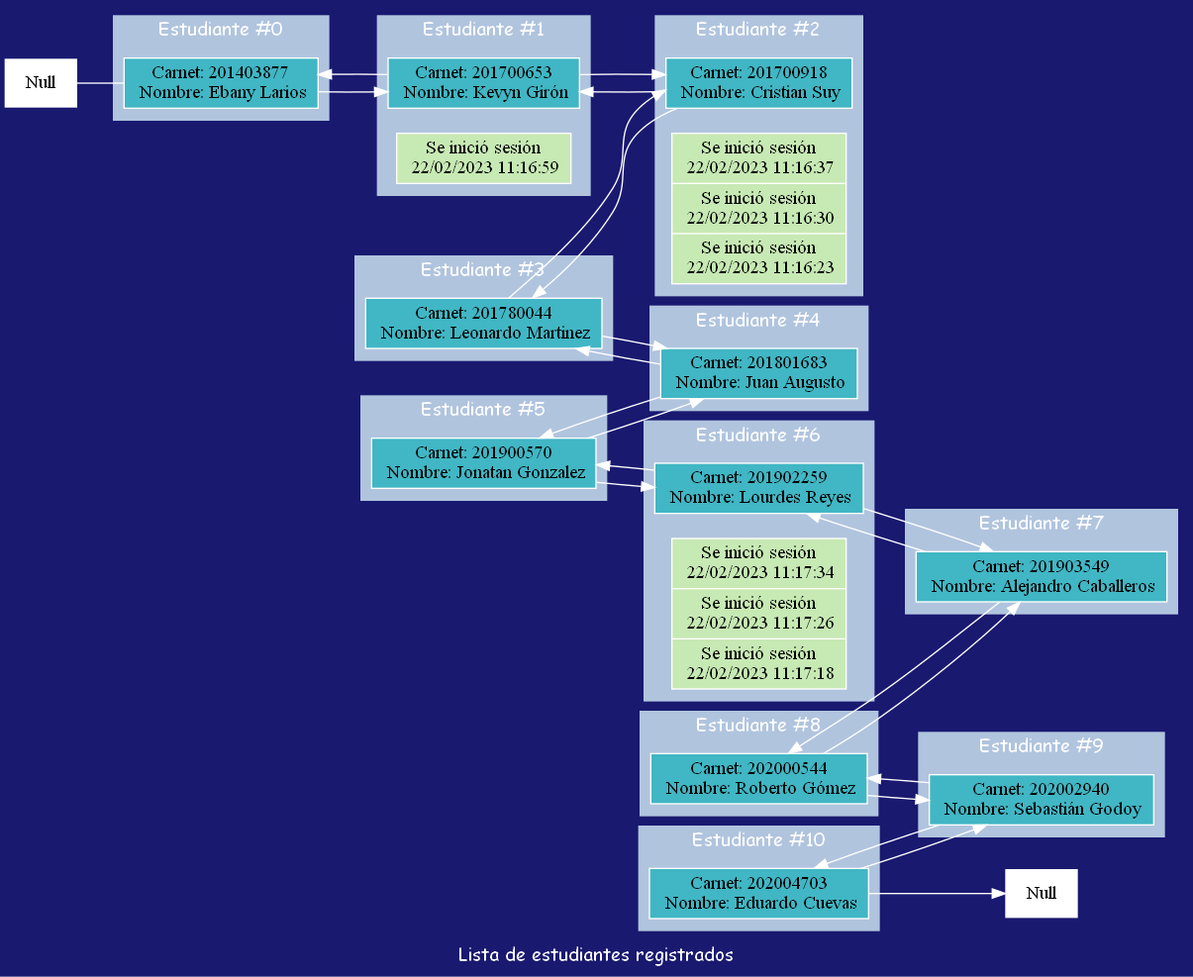
Earlier version of the Graphviz export EDD_Proyecto1_Fase1/reportes/reportes_inicio_sesion/reporte_sesion_estudiantes.png (Damaris-Muralles/EDD_GoDrive). Its source is kept beside it as EDD_Proyecto1_Fase1/reportes/reportes_inicio_sesion/reporte_sesion_estudiantes.dot.
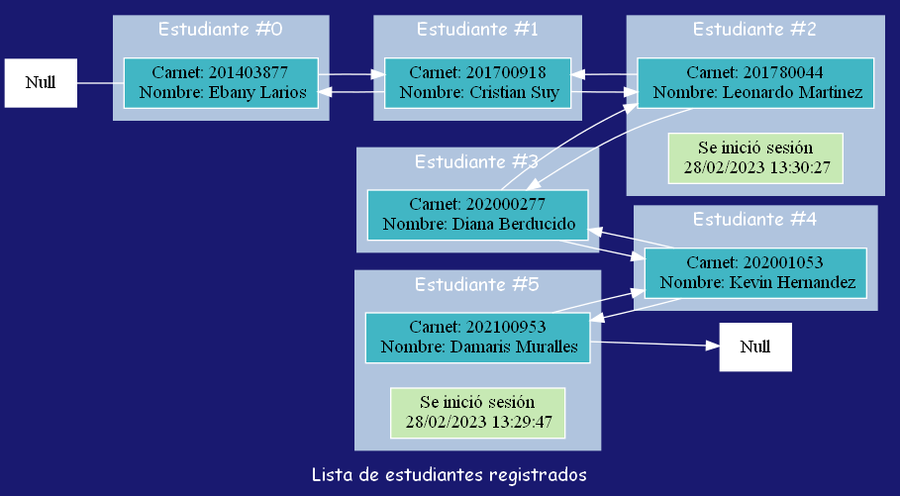
The same file after the commit.

The edit, as a diff of the source:
```diff
@@ -20,71 +20,36 @@
         style=filled;
 		color="lightsteelblue";
 		label = "Estudiante #1";
-        n1 [label="Carnet: 201700653&#92;n Nombre: Kevyn Girón", fillcolor=5];
-	    struct1 [fillcolor=3, label="Se iniciÃ³ sesiÃ³n&#92;n 22/02/2023 11:16:59"];
+        n1 [label="Carnet: 201700918&#92;n Nombre: Cristian Suy", fillcolor=5];
+
 	}
 	subgraph cluster_2 {
         style=filled;
 		color="lightsteelblue";
 		label = "Estudiante #2";
-        n2 [label="Carnet: 201700918&#92;n Nombre: Cristian Suy", fillcolor=5];
-	    struct2 [fillcolor=3, label="Se iniciÃ³ sesiÃ³n&#92;n 22/02/2023 11:16:37|Se iniciÃ³ sesiÃ³n&#92;n 22/02/2023 11:16:30|Se iniciÃ³ sesiÃ³n&#92;n 22/02/2023 11:16:23"];
+        n2 [label="Carnet: 201780044&#92;n Nombre: Leonardo Martinez", fillcolor=5];
+	    struct2 [fillcolor=3, label="Se inició sesión&#92;n 28/02/2023 13:30:27"];
 	}
 	subgraph cluster_3 {
         style=filled;
 		color="lightsteelblue";
 		label = "Estudiante #3";
-        n3 [label="Carnet: 201780044&#92;n Nombre: Leonardo Martinez", fillcolor=5];
+        n3 [label="Carnet: 202000277&#92;n Nombre: Diana Berducido", fillcolor=5];
 
 	}
 	subgraph cluster_4 {
         style=filled;
 		color="lightsteelblue";
 		label = "Estudiante #4";
-        n4 [label="Carnet: 201801683&#92;n Nombre: Juan Augusto", fillcolor=5];
+        n4 [label="Carnet: 202001053&#92;n Nombre: Kevin Hernandez", fillcolor=5];
 
 	}
 	subgraph cluster_5 {
         style=filled;
 		color="lightsteelblue";
 		label = "Estudiante #5";
-        n5 [label="Carnet: 201900570&#92;n Nombre: Jonatan Gonzalez", fillcolor=5];
-
-	}
-	subgraph cluster_6 {
-        style=filled;
-		color="lightsteelblue";
-		label = "Estudiante #6";
-        n6 [label="Carnet: 201902259&#92;n Nombre: Lourdes Reyes", fillcolor=5];
-	    struct6 [fillcolor=3, label="Se iniciÃ³ sesiÃ³n&#92;n 22/02/2023 11:17:34|Se iniciÃ³ sesiÃ³n&#92;n 22/02/2023 11:17:26|Se iniciÃ³ sesiÃ³n&#92;n 22/02/2023 11:17:18"];
-	}
-	subgraph cluster_7 {
-        style=filled;
-		color="lightsteelblue";
-		label = "Estudiante #7";
-        n7 [label="Carnet: 201903549&#92;n Nombre: Alejandro Caballeros", fillcolor=5];
-
-	}
-	subgraph cluster_8 {
-        style=filled;
-		color="lightsteelblue";
-		label = "Estudiante #8";
-        n8 [label="Carnet: 202000544&#92;n Nombre: Roberto Gómez", fillcolor=5];
-
-	}
-	subgraph cluster_9 {
-        style=filled;
-		color="lightsteelblue";
-		label = "Estudiante #9";
-        n9 [label="Carnet: 202002940&#92;n Nombre: Sebastián Godoy", fillcolor=5];
-
-	}
-	subgraph cluster_10 {
-        style=filled;
-		color="lightsteelblue";
-		label = "Estudiante #10";
-        n10 [label="Carnet: 202004703&#92;n Nombre: Eduardo Cuevas", fillcolor=5];
-
+        n5 [label="Carnet: 202100953&#92;n Nombre: Damaris Muralles", fillcolor=5];
+	    struct5 [fillcolor=3, label="Se inició sesión&#92;n 28/02/2023 13:29:47"];
 	}
     f0->n0[dir="none", color="white"]
 	n0->n1[color="white"]
@@ -92,17 +57,7 @@
 	n2->n3[color="white"]
 	n3->n4[color="white"]
 	n4->n5[color="white"]
-	n5->n6[color="white"]
-	n6->n7[color="white"]
-	n7->n8[color="white"]
-	n8->n9[color="white"]
-	n9->n10[color="white"]
-	n10->f1[ color="white"]
-	n10->
-	n9->
-	n8->
-	n7->
-	n6->
+	n5->f1[ color="white"]
 	n5->
 	n4->
 	n3->
```
